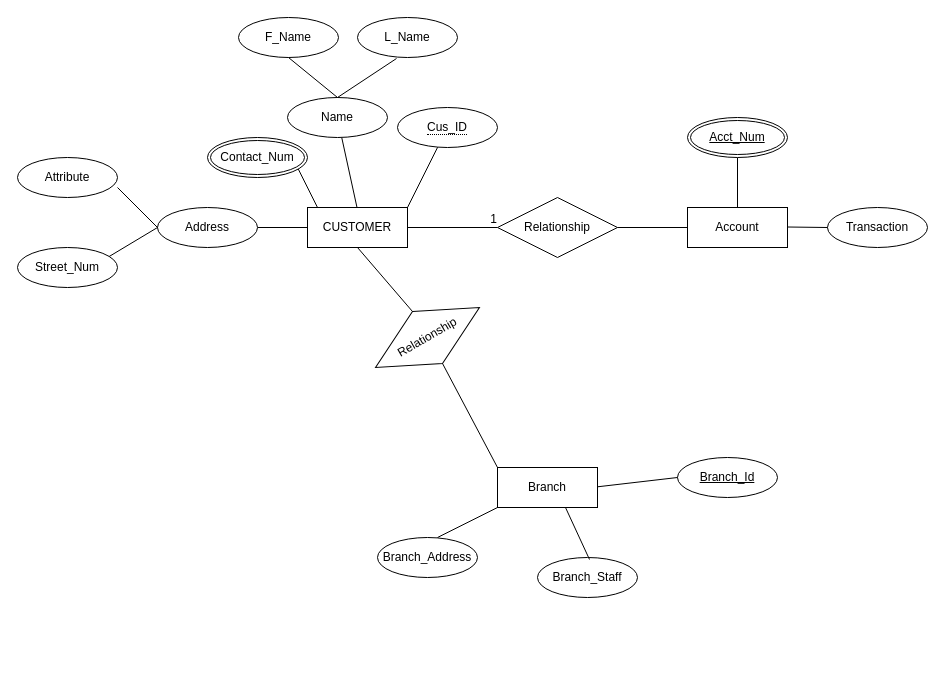
The draw.io diagram Untitled Diagram.drawio in thefruitbee-doestech/html-css, before the edit. Source tidied: cells renumbered, new cells numbered last; positions are measured from the earlier drawing's top-left corner, leaving out a move shared by most shapes. Both pictures are drawn from the tidied source at 100%, with x=0, y=0 at pixel (17, 17).
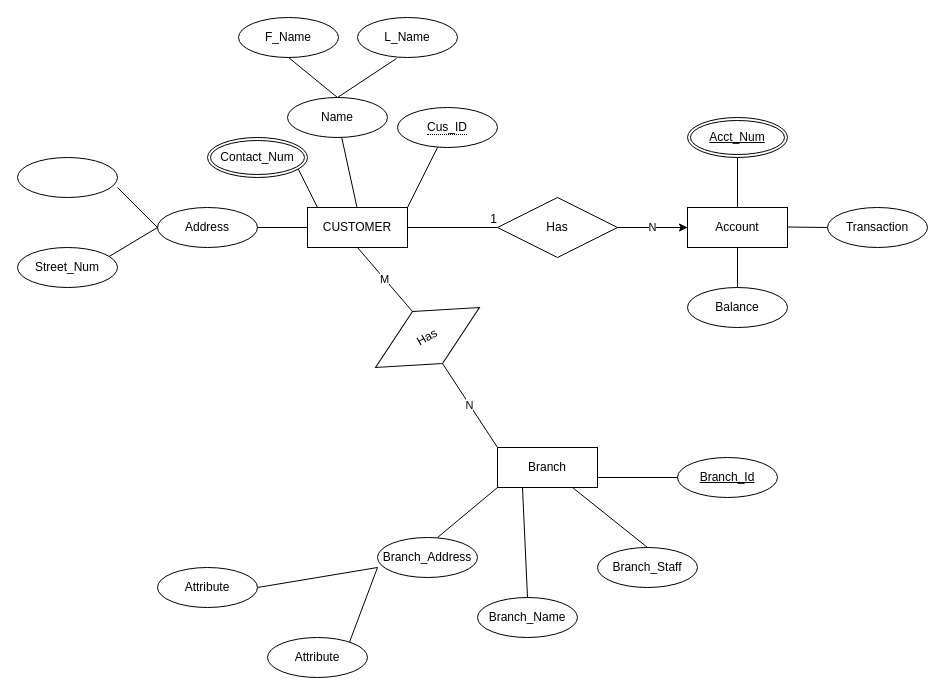
The same diagram, later.

Unchanged cells that the change refers to:
```xml
<mxCell id="2" value="CUSTOMER" style="whiteSpace=wrap;html=1;align=center;" parent="1" vertex="1">
  <mxGeometry x="290" y="190" width="100" height="40" as="geometry" />
</mxCell>
<mxCell id="20" value="Account" style="whiteSpace=wrap;html=1;align=center;" parent="1" vertex="1">
  <mxGeometry x="670" y="190" width="100" height="40" as="geometry" />
</mxCell>
<mxCell id="27" value="Branch_Id" style="ellipse;whiteSpace=wrap;html=1;align=center;fontStyle=4;" parent="1" vertex="1">
  <mxGeometry x="660" y="440" width="100" height="40" as="geometry" />
</mxCell>
```

The edit, as a diff of the source:
```diff
@@
-    <mxCell id="16" value="Attribute" style="ellipse;whiteSpace=wrap;html=1;align=center;" parent="1" vertex="1">
+    <mxCell id="16" style="ellipse;whiteSpace=wrap;html=1;align=center;" parent="1" vertex="1">
       <mxGeometry y="140" width="100" height="40" as="geometry" />
     </mxCell>
@@
+    <mxCell id="36" style="edgeStyle=orthogonalEdgeStyle;rounded=0;jettySize=auto;html=1;" parent="1" edge="1" source="19" target="20">
+      <mxGeometry relative="1" as="geometry" />
+    </mxCell>
-    <mxCell id="19" value="Relationship" style="shape=rhombus;perimeter=rhombusPerimeter;whiteSpace=wrap;html=1;align=center;" parent="1" vertex="1">
+    <mxCell id="19" value="Has" style="shape=rhombus;perimeter=rhombusPerimeter;whiteSpace=wrap;html=1;align=center;" parent="1" vertex="1">
       <mxGeometry x="480" y="180" width="120" height="60" as="geometry" />
     </mxCell>
@@
-    <mxCell id="21" style="endArrow=none;html=1;rounded=0;" parent="1" edge="1">
+    <mxCell id="21" value="N" style="endArrow=none;html=1;rounded=0;" parent="1" edge="1">
       <mxGeometry relative="1" as="geometry">
         <mxPoint x="600" y="210" as="sourcePoint" />
         <mxPoint x="670" y="210" as="targetPoint" />
       </mxGeometry>
     </mxCell>
@@
     <mxCell id="26" value="Branch" style="whiteSpace=wrap;html=1;align=center;" parent="1" vertex="1">
-      <mxGeometry x="480" y="450" width="100" height="40" as="geometry" />
+      <mxGeometry x="480" y="430" width="100" height="40" as="geometry" />
     </mxCell>
@@
     <mxCell id="28" value="Branch_Staff" style="ellipse;whiteSpace=wrap;html=1;align=center;" parent="1" vertex="1">
-      <mxGeometry x="520" y="540" width="100" height="40" as="geometry" />
+      <mxGeometry x="580" y="530" width="100" height="40" as="geometry" />
     </mxCell>
@@
-    <mxCell id="31" style="endArrow=none;html=1;rounded=0;entryX=0;entryY=1;entryDx=0;entryDy=0;exitX=0.64;exitY=0.05;exitDx=0;exitDy=0;exitPerimeter=0;" parent="1" edge="1">
-      <mxGeometry relative="1" as="geometry">
-        <mxPoint x="572" y="542" as="sourcePoint" />
-        <mxPoint x="548" y="490" as="targetPoint" />
-      </mxGeometry>
+    <mxCell id="31" style="endArrow=none;html=1;rounded=0;entryX=0.75;entryY=1;entryDx=0;entryDy=0;exitX=0.5;exitY=0;exitDx=0;exitDy=0;" parent="1" edge="1" source="28" target="26">
+      <mxGeometry relative="1" as="geometry" />
     </mxCell>
-    <mxCell id="32" style="endArrow=none;html=1;rounded=0;exitX=0.5;exitY=1;exitDx=0;exitDy=0;entryX=0;entryY=0;entryDx=0;entryDy=0;startArrow=none;" parent="1" edge="1" source="33" target="26">
+    <mxCell id="32" value="N" style="endArrow=none;html=1;rounded=0;exitX=0.5;exitY=1;exitDx=0;exitDy=0;entryX=0;entryY=0;entryDx=0;entryDy=0;startArrow=none;" parent="1" edge="1" source="33" target="26">
       <mxGeometry relative="1" as="geometry" />
     </mxCell>
-    <mxCell id="33" value="Relationship" style="shape=rhombus;perimeter=rhombusPerimeter;whiteSpace=wrap;html=1;align=center;rotation=-30;" parent="1" vertex="1">
+    <mxCell id="33" value="Has" style="shape=rhombus;perimeter=rhombusPerimeter;whiteSpace=wrap;html=1;align=center;rotation=-30;" parent="1" vertex="1">
       <mxGeometry x="350" y="290" width="120" height="60" as="geometry" />
     </mxCell>
-    <mxCell id="34" style="endArrow=none;html=1;rounded=0;exitX=0.5;exitY=1;exitDx=0;exitDy=0;entryX=0.5;entryY=0;entryDx=0;entryDy=0;" parent="1" edge="1" source="2" target="33">
+    <mxCell id="34" value="M" style="endArrow=none;html=1;rounded=0;exitX=0.5;exitY=1;exitDx=0;exitDy=0;entryX=0.5;entryY=0;entryDx=0;entryDy=0;" parent="1" edge="1" source="2" target="33">
       <mxGeometry relative="1" as="geometry" />
     </mxCell>
     <mxCell id="35" style="endArrow=none;html=1;rounded=0;entryX=0;entryY=0.5;entryDx=0;entryDy=0;" parent="1" edge="1" target="27">
       <mxGeometry relative="1" as="geometry">
-        <mxPoint x="580" y="469.3" as="sourcePoint" />
+        <mxPoint x="580" y="460" as="sourcePoint" />
       </mxGeometry>
     </mxCell>
+    <mxCell id="37" value="Branch_Name" style="ellipse;whiteSpace=wrap;html=1;align=center;" parent="1" vertex="1">
+      <mxGeometry x="460" y="580" width="100" height="40" as="geometry" />
+    </mxCell>
+    <mxCell id="38" style="endArrow=none;html=1;rounded=0;entryX=0.5;entryY=0;entryDx=0;entryDy=0;exitX=0.25;exitY=1;exitDx=0;exitDy=0;" parent="1" edge="1" source="26" target="37">
+      <mxGeometry relative="1" as="geometry" />
+    </mxCell>
+    <mxCell id="39" style="endArrow=none;html=1;rounded=0;exitX=0.5;exitY=1;exitDx=0;exitDy=0;" parent="1" edge="1" source="20" target="40">
+      <mxGeometry relative="1" as="geometry" />
+    </mxCell>
+    <mxCell id="40" value="Balance" style="ellipse;whiteSpace=wrap;html=1;align=center;" parent="1" vertex="1">
+      <mxGeometry x="670" y="270" width="100" height="40" as="geometry" />
+    </mxCell>
+    <mxCell id="41" style="endArrow=none;html=1;rounded=0;" parent="1" edge="1">
+      <mxGeometry relative="1" as="geometry">
+        <mxPoint x="240" y="570" as="sourcePoint" />
+        <mxPoint x="330" y="630" as="targetPoint" />
+        <Array as="points">
+          <mxPoint x="360" y="550" />
+        </Array>
+      </mxGeometry>
+    </mxCell>
+    <mxCell id="42" value="Attribute" style="ellipse;whiteSpace=wrap;html=1;align=center;" parent="1" vertex="1">
+      <mxGeometry x="250" y="620" width="100" height="40" as="geometry" />
+    </mxCell>
+    <mxCell id="43" value="Attribute" style="ellipse;whiteSpace=wrap;html=1;align=center;" parent="1" vertex="1">
+      <mxGeometry x="140" y="550" width="100" height="40" as="geometry" />
+    </mxCell>
```
